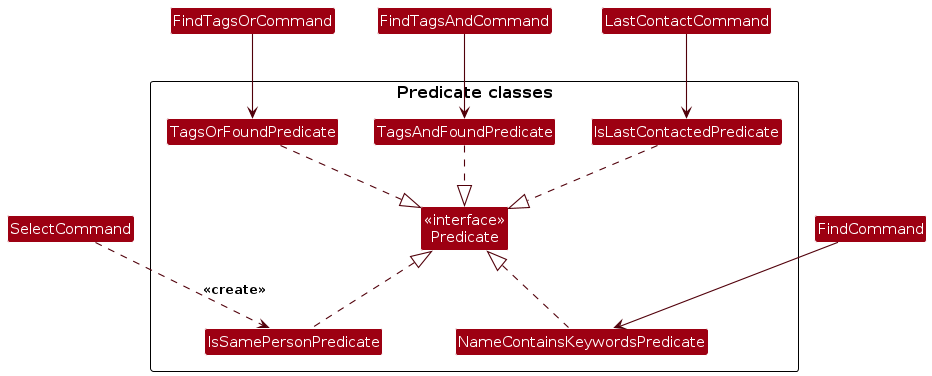
This is diagrams/PredicateClasses.png from AY2324S2-CS2103T-F13-2/tp, a PlantUML export, as it was before one commit. Its source is kept beside it as diagrams/PredicateClasses.puml.
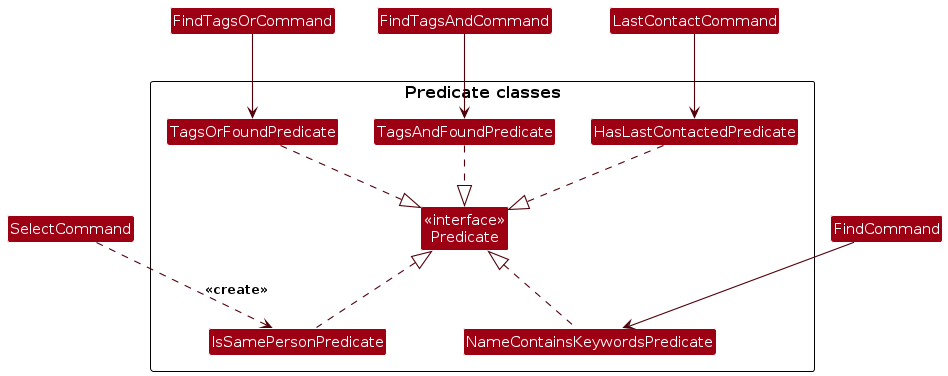
After the commit.

Diff of the diagram source:
```diff
@@ -10,7 +10,7 @@
 Class "NameContainsKeywordsPredicate"
 Class "TagsOrFoundPredicate"
 Class "TagsAndFoundPredicate"
-Class "IsLastContactedPredicate"
+Class "HasLastContactedPredicate"
 }
 
 Class "SelectCommand"
@@ -25,8 +25,8 @@
 NameContainsKeywordsPredicate .up.|> Predicate
 FindTagsOrCommand --> TagsOrFoundPredicate
 FindTagsAndCommand --> TagsAndFoundPredicate
-LastContactCommand --> IsLastContactedPredicate
+LastContactCommand --> HasLastContactedPredicate
 TagsOrFoundPredicate ..|> Predicate
 TagsAndFoundPredicate ..|> Predicate
-IsLastContactedPredicate ..|> Predicate
+HasLastContactedPredicate ..|> Predicate
 @enduml
```
